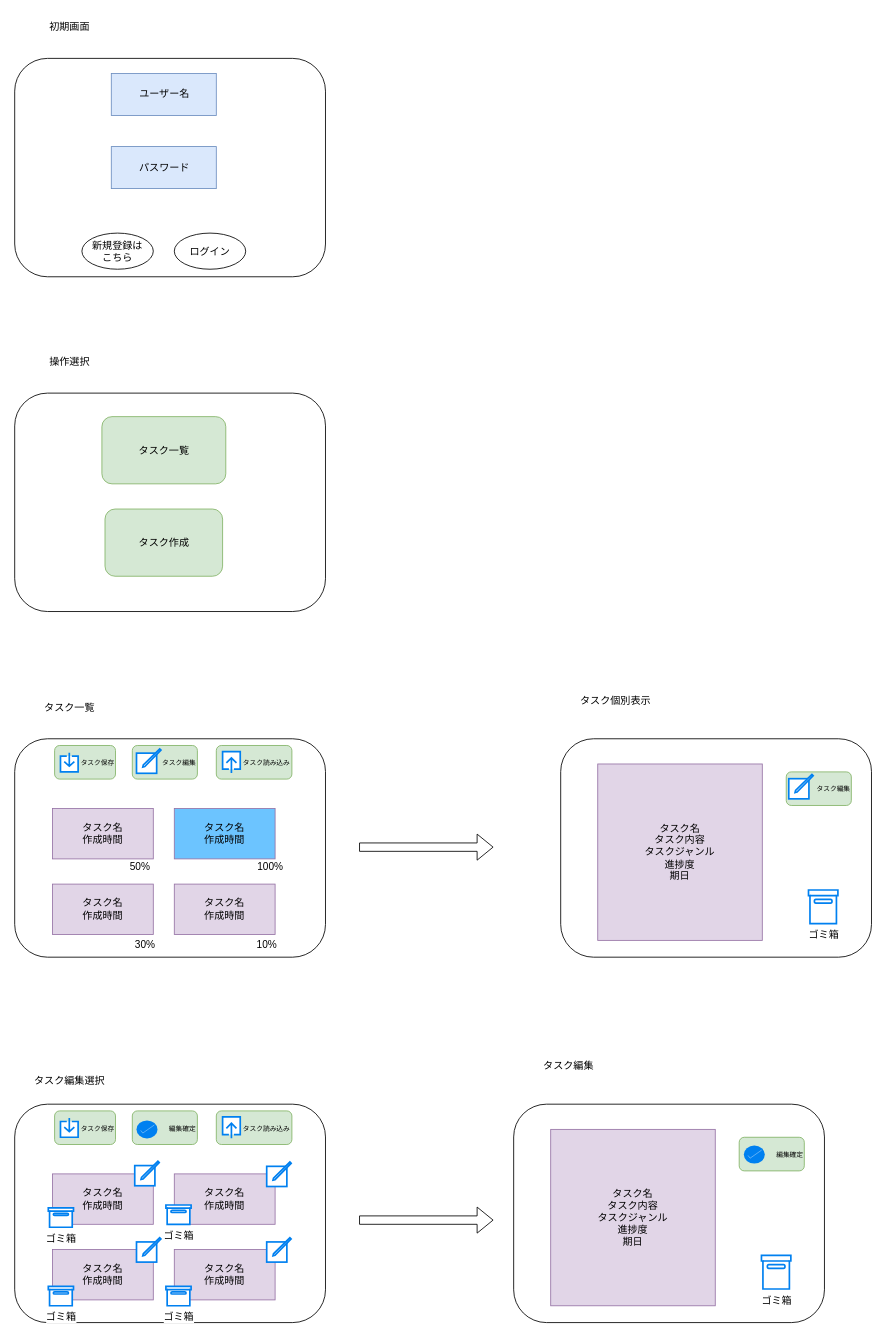
Earlier version of the draw.io diagram 図/screen.drawio (OMOCHInoHOSHI/2025-ToDoapp). Source tidied: cells renumbered, new cells numbered last; positions are measured from the earlier drawing's top-left corner, leaving out a move shared by most shapes. Both pictures are drawn from the tidied source at 84%, with x=0, y=0 at pixel (14, 14).
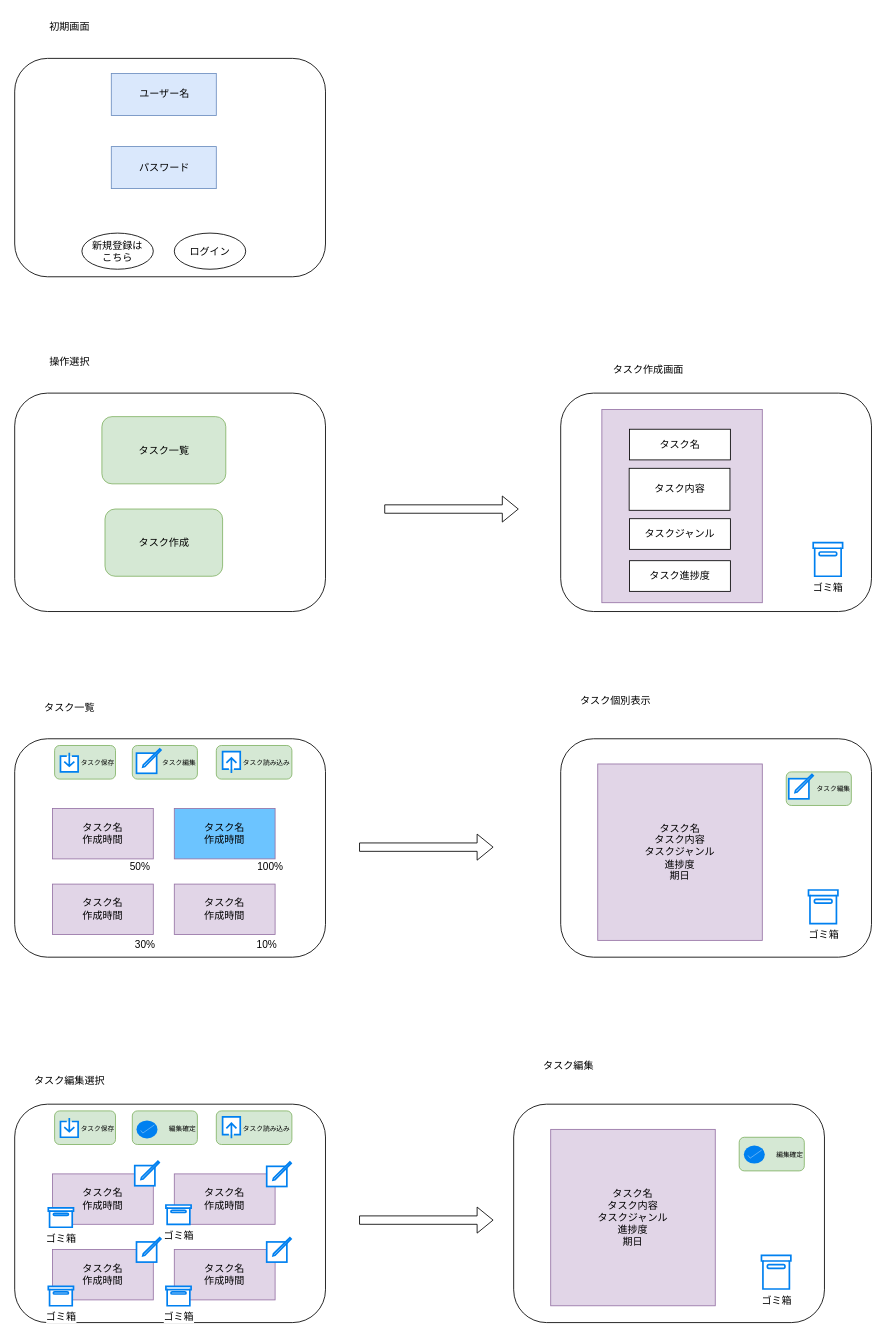
The same diagram, later.

Commit message:
作成画面デザイン

What changed in the source:
```diff
@@
+    <mxCell id="64" style="shape=flexArrow;endArrow=classic;html=1;" parent="1" edge="1">
+      <mxGeometry relative="1" as="geometry">
+        <mxPoint x="440" y="588.5" as="sourcePoint" />
+        <mxPoint x="600" y="588.5" as="targetPoint" />
+      </mxGeometry>
+    </mxCell>
+    <mxCell id="65" style="rounded=1;whiteSpace=wrap;html=1;shadow=0;" parent="1" vertex="1">
+      <mxGeometry x="650" y="450.5" width="370" height="260" as="geometry" />
+    </mxCell>
+    <mxCell id="66" value="&lt;div&gt;&lt;br&gt;&lt;/div&gt;" style="whiteSpace=wrap;html=1;fillColor=#e1d5e7;strokeColor=#9673a6;" parent="1" vertex="1">
+      <mxGeometry x="699" y="470" width="191" height="230" as="geometry" />
+    </mxCell>
+    <mxCell id="67" value="ゴミ箱" style="html=1;verticalLabelPosition=bottom;align=center;labelBackgroundColor=#ffffff;verticalAlign=top;strokeWidth=2;strokeColor=#0080F0;shadow=0;dashed=0;shape=mxgraph.ios7.icons.box;" parent="1" vertex="1">
+      <mxGeometry x="950.6" y="628.5" width="35" height="40" as="geometry" />
+    </mxCell>
+    <mxCell id="68" value="タスク名" style="whiteSpace=wrap;html=1;" parent="1" vertex="1">
+      <mxGeometry x="732" y="493.5" width="120" height="36.5" as="geometry" />
+    </mxCell>
+    <mxCell id="69" value="タスク内容" style="whiteSpace=wrap;html=1;" parent="1" vertex="1">
+      <mxGeometry x="731.5" y="540" width="120" height="50" as="geometry" />
+    </mxCell>
+    <mxCell id="70" value="タスクジャンル" style="whiteSpace=wrap;html=1;" parent="1" vertex="1">
+      <mxGeometry x="732" y="600" width="120" height="36.5" as="geometry" />
+    </mxCell>
+    <mxCell id="71" value="タスク進捗度" style="whiteSpace=wrap;html=1;" parent="1" vertex="1">
+      <mxGeometry x="732" y="650" width="120" height="36.5" as="geometry" />
+    </mxCell>
+    <mxCell id="72" value="タスク作成画面" style="text;html=1;align=center;verticalAlign=middle;strokeColor=none;fillColor=none;" parent="1" vertex="1">
+      <mxGeometry x="699" y="408" width="110" height="30" as="geometry" />
+    </mxCell>
```
